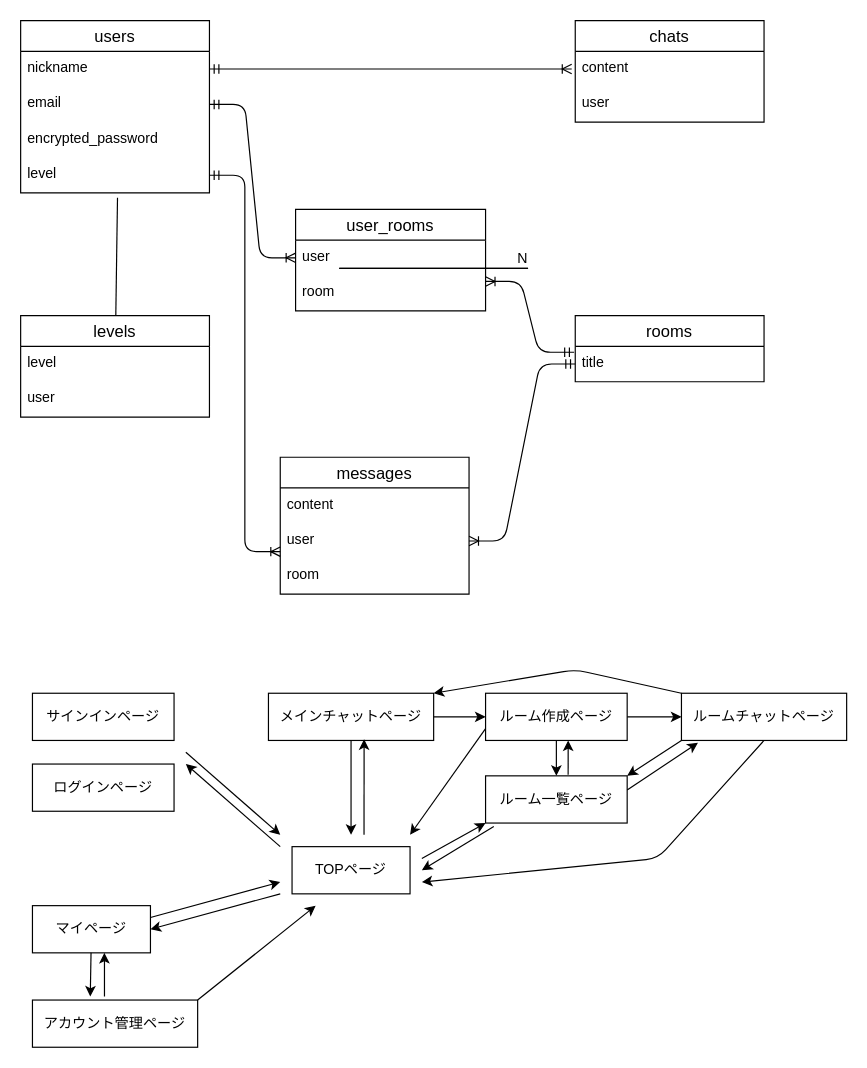
pii-programmer/amigo keeps this draw.io diagram as amigo.dio. Above is the earlier version. Source tidied: cells renumbered, new cells numbered last; positions are measured from the earlier drawing's top-left corner, leaving out a move shared by most shapes. Both pictures are drawn from the tidied source at 118%, with x=0, y=0 at pixel (20, 20).
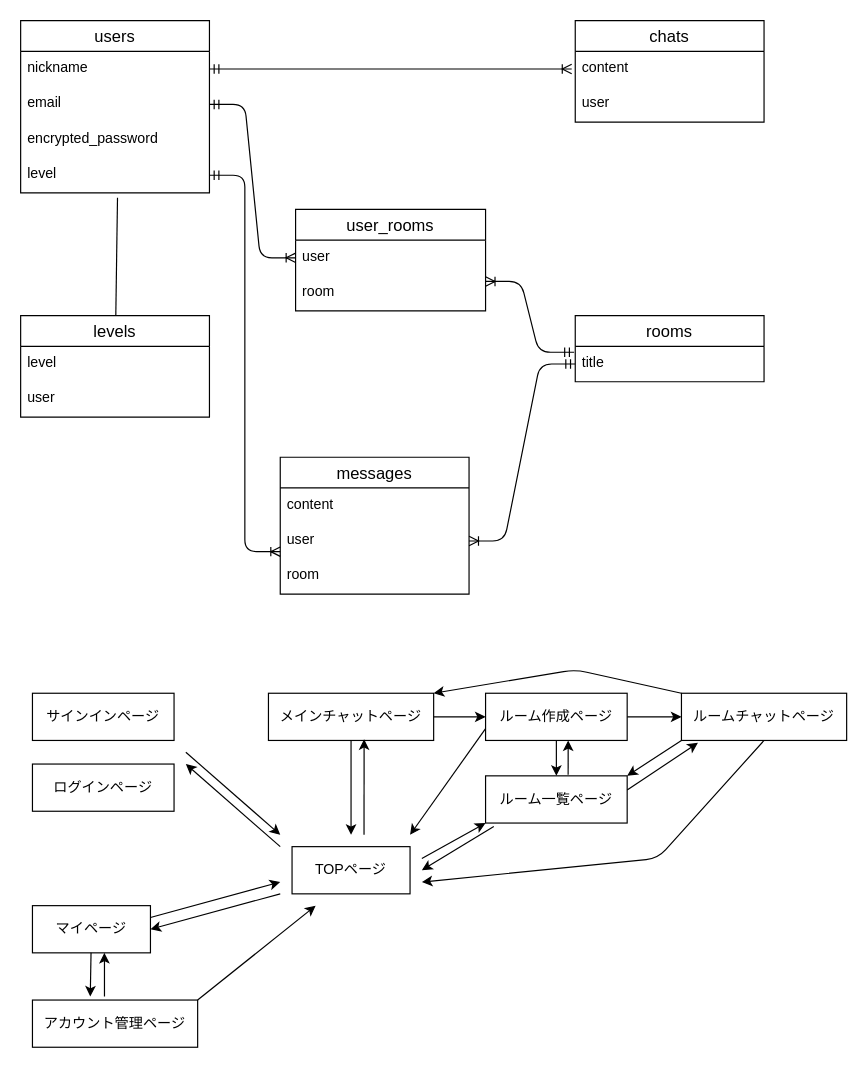
The same page after the edit.

Commit message (it also covers changes not shown here):
【DB編集】READMEを編集

The edit, as a diff of the source:
```diff
@@
-    <mxCell id="56" style="endArrow=none;html=1;rounded=0;" parent="1" edge="1">
-      <mxGeometry relative="1" as="geometry">
-        <mxPoint x="270" y="210" as="sourcePoint" />
-        <mxPoint x="430" y="210" as="targetPoint" />
-      </mxGeometry>
-    </mxCell>
-    <mxCell id="57" value="N" style="html=1;align=right;verticalAlign=bottom;" parent="56" vertex="1">
-      <mxGeometry x="1" relative="1" as="geometry" />
-    </mxCell>
-    <mxCell id="58" style="endArrow=none;html=1;rounded=0;" parent="1" edge="1">
-      <mxGeometry relative="1" as="geometry">
-        <mxPoint x="270" y="210" as="sourcePoint" />
-        <mxPoint x="430" y="210" as="targetPoint" />
-      </mxGeometry>
-    </mxCell>
```
